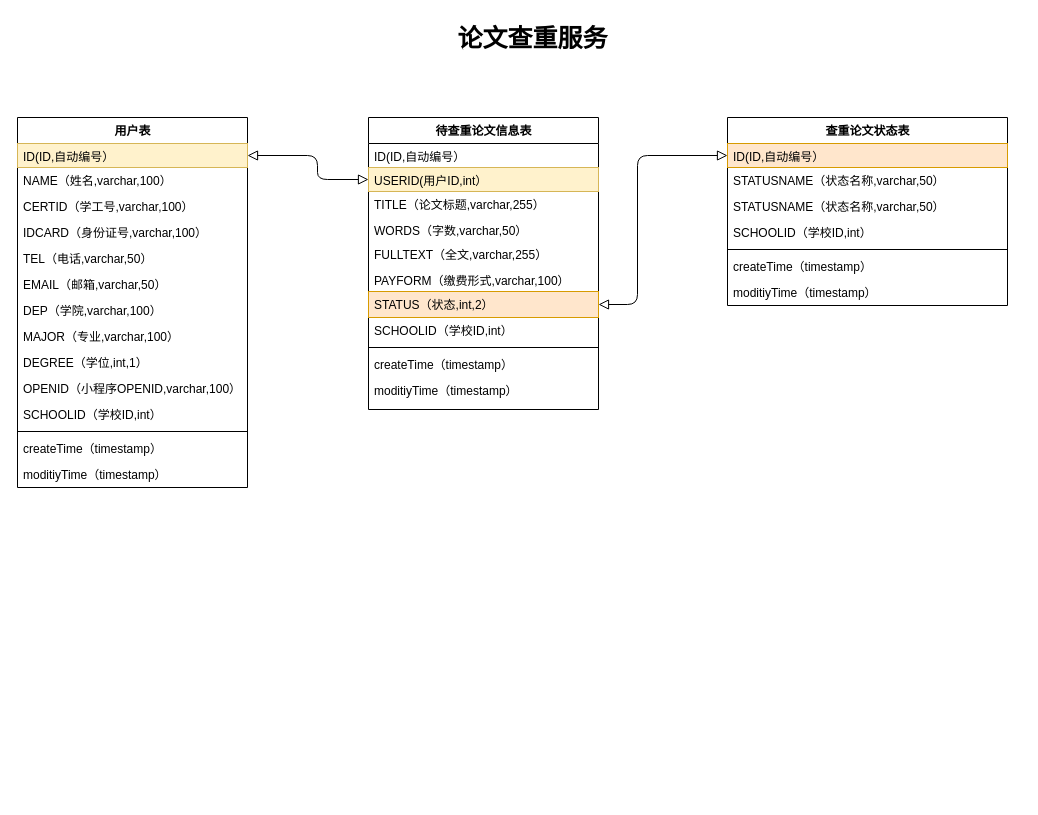
Before: 论文查重服务.drawio in yisqiu/SimpleMap-wx, a draw.io diagram. Source tidied: cells renumbered, new cells numbered last; positions are measured from the earlier drawing's top-left corner, leaving out a move shared by most shapes. Both pictures are drawn from the tidied source at 100%, with x=0, y=0 at pixel (17, 17).
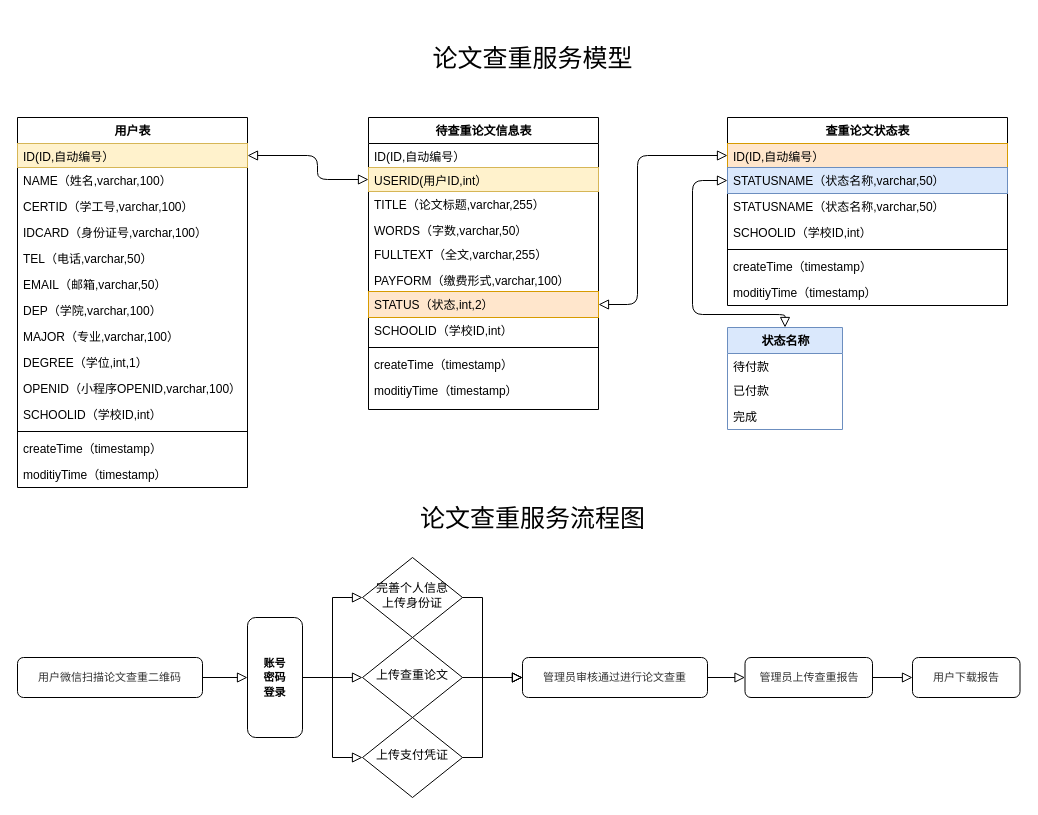
Above is the later version.

Commit message (it also covers changes not shown here):
更新论文查重服务.drawio

The change refers to these unchanged cells:
```xml
<mxCell id="29" value="查重论文状态表" style="swimlane;html=1;fontStyle=1;align=center;verticalAlign=top;horizontal=1;startSize=26;swimlaneFillColor=#ffffff;rounded=0;shadow=0;comic=0;labelBackgroundColor=none;strokeWidth=1;fillColor=none;fontFamily=Verdana;fontSize=12;" parent="1" vertex="1">
  <mxGeometry x="710" y="100" width="280" height="188" as="geometry" />
</mxCell>
```

Change to the diagram source:
```diff
@@
-    <mxCell id="31" value="STATUSNAME（状态名称,varchar,50）" style="text;html=1;strokeColor=none;fillColor=none;align=left;verticalAlign=top;spacingLeft=4;spacingRight=4;whiteSpace=wrap;overflow=hidden;points=[[0,0.5],[1,0.5]];portConstraint=eastwest;" parent="29" vertex="1">
+    <mxCell id="31" value="STATUSNAME（状态名称,varchar,50）" style="text;html=1;strokeColor=#6c8ebf;fillColor=#dae8fc;align=left;verticalAlign=top;spacingLeft=4;spacingRight=4;whiteSpace=wrap;overflow=hidden;points=[[0,0.5],[1,0.5]];portConstraint=eastwest;" parent="29" vertex="1">
       <mxGeometry y="50" width="280" height="26" as="geometry" />
     </mxCell>
@@
-    <mxCell id="37" value="论文查重服务" style="text;html=1;align=center;verticalAlign=middle;fontSize=25;fontStyle=1;" parent="1" vertex="1">
-      <mxGeometry x="430" width="170" height="40" as="geometry" />
+    <mxCell id="37" value="论文查重服务模型" style="text;html=1;align=center;verticalAlign=middle;fontSize=25;fontStyle=0;" parent="1" vertex="1">
+      <mxGeometry x="405" y="20" width="220" height="40" as="geometry" />
     </mxCell>
@@
+    <mxCell id="40" value="状态名称" style="swimlane;html=1;fontStyle=1;align=center;verticalAlign=top;horizontal=1;startSize=26;swimlaneFillColor=#ffffff;rounded=0;shadow=0;comic=0;labelBackgroundColor=none;strokeWidth=1;fillColor=#dae8fc;fontFamily=Verdana;fontSize=12;strokeColor=#6c8ebf;" parent="1" vertex="1">
+      <mxGeometry x="710" y="310" width="115" height="102" as="geometry" />
+    </mxCell>
+    <mxCell id="41" value="待付款" style="text;html=1;align=left;verticalAlign=top;spacingLeft=4;spacingRight=4;whiteSpace=wrap;overflow=hidden;" parent="40" vertex="1">
+      <mxGeometry y="26" width="115" height="24" as="geometry" />
+    </mxCell>
+    <mxCell id="42" value="已付款" style="text;html=1;strokeColor=none;fillColor=none;align=left;verticalAlign=top;spacingLeft=4;spacingRight=4;whiteSpace=wrap;overflow=hidden;" parent="40" vertex="1">
+      <mxGeometry y="50" width="115" height="26" as="geometry" />
+    </mxCell>
+    <mxCell id="43" value="完成" style="text;html=1;strokeColor=none;fillColor=none;align=left;verticalAlign=top;spacingLeft=4;spacingRight=4;whiteSpace=wrap;overflow=hidden;" parent="40" vertex="1">
+      <mxGeometry y="76" width="115" height="26" as="geometry" />
+    </mxCell>
+    <mxCell id="44" style="edgeStyle=orthogonalEdgeStyle;html=1;labelBackgroundColor=none;startFill=0;startSize=8;endArrow=block;endFill=0;endSize=8;fontFamily=Verdana;fontSize=12;startArrow=block;rounded=1;" parent="1" edge="1" source="40" target="31">
+      <mxGeometry relative="1" as="geometry">
+        <Array as="points">
+          <mxPoint x="768" y="297" />
+          <mxPoint x="675" y="297" />
+          <mxPoint x="675" y="163" />
+        </Array>
+      </mxGeometry>
+    </mxCell>
+    <mxCell id="45" value="&lt;span style=&quot;color: rgb(51 , 51 , 51) ; font-size: 11px ; background-color: rgb(255 , 255 , 255)&quot;&gt;用户微信扫描论文查重二维码&lt;/span&gt;" style="rounded=1;whiteSpace=wrap;html=1;fontSize=11;glass=0;strokeWidth=1;shadow=0;" parent="1" vertex="1">
+      <mxGeometry y="640" width="185" height="40" as="geometry" />
+    </mxCell>
+    <mxCell id="46" style="edgeStyle=orthogonalEdgeStyle;rounded=0;html=1;jettySize=auto;fontSize=11;endArrow=block;endFill=0;endSize=8;strokeWidth=1;shadow=0;labelBackgroundColor=none;fontStyle=1;exitX=1;exitY=0.5;exitDx=0;exitDy=0;entryX=0;entryY=0.5;entryDx=0;entryDy=0;" parent="1" edge="1" source="45" target="48">
+      <mxGeometry y="10" relative="1" as="geometry" />
+    </mxCell>
+    <mxCell id="47" value="完善个人信息&lt;br&gt;上传身份证" style="rhombus;whiteSpace=wrap;html=1;shadow=0;fontFamily=Helvetica;fontSize=12;align=center;strokeWidth=1;spacing=6;spacingTop=-4;" parent="1" vertex="1">
+      <mxGeometry x="345" y="540" width="100" height="80" as="geometry" />
+    </mxCell>
+    <mxCell id="48" value="&lt;span style=&quot;font-size: 11px ; font-weight: 700&quot;&gt;账号&lt;br&gt;密码&lt;br&gt;登录&lt;/span&gt;" style="rounded=1;whiteSpace=wrap;html=1;fontSize=12;glass=0;strokeWidth=1;shadow=0;" parent="1" vertex="1">
+      <mxGeometry x="230" y="600" width="55" height="120" as="geometry" />
+    </mxCell>
+    <mxCell id="49" value="上传支付凭证" style="rhombus;whiteSpace=wrap;html=1;shadow=0;fontFamily=Helvetica;fontSize=12;align=center;strokeWidth=1;spacing=6;spacingTop=-4;" parent="1" vertex="1">
+      <mxGeometry x="345" y="700" width="100" height="80" as="geometry" />
+    </mxCell>
+    <mxCell id="50" style="edgeStyle=orthogonalEdgeStyle;rounded=0;html=1;jettySize=auto;fontSize=11;endArrow=block;endFill=0;endSize=8;strokeWidth=1;shadow=0;labelBackgroundColor=none;fontStyle=1;exitX=1;exitY=0.5;exitDx=0;exitDy=0;entryX=0;entryY=0.5;entryDx=0;entryDy=0;" parent="1" edge="1" source="48" target="47">
+      <mxGeometry y="10" relative="1" as="geometry">
+        <Array as="points">
+          <mxPoint x="315" y="660" />
+          <mxPoint x="315" y="580" />
+        </Array>
+      </mxGeometry>
+    </mxCell>
+    <mxCell id="51" style="edgeStyle=orthogonalEdgeStyle;rounded=0;html=1;jettySize=auto;fontSize=11;endArrow=block;endFill=0;endSize=8;strokeWidth=1;shadow=0;labelBackgroundColor=none;fontStyle=1;exitX=1;exitY=0.5;exitDx=0;exitDy=0;entryX=0;entryY=0.5;entryDx=0;entryDy=0;" parent="1" edge="1" source="48" target="49">
+      <mxGeometry y="10" relative="1" as="geometry">
+        <Array as="points">
+          <mxPoint x="315" y="660" />
+          <mxPoint x="315" y="740" />
+        </Array>
+      </mxGeometry>
+    </mxCell>
+    <mxCell id="52" style="edgeStyle=orthogonalEdgeStyle;rounded=0;html=1;jettySize=auto;fontSize=11;endArrow=block;endFill=0;endSize=8;strokeWidth=1;shadow=0;labelBackgroundColor=none;fontStyle=1;entryX=0;entryY=0.5;entryDx=0;entryDy=0;exitX=1;exitY=0.5;exitDx=0;exitDy=0;" parent="1" edge="1" source="47" target="54">
+      <mxGeometry y="10" relative="1" as="geometry">
+        <Array as="points">
+          <mxPoint x="465" y="580" />
+          <mxPoint x="465" y="660" />
+        </Array>
+      </mxGeometry>
+    </mxCell>
+    <mxCell id="53" style="edgeStyle=orthogonalEdgeStyle;rounded=0;html=1;jettySize=auto;fontSize=11;endArrow=block;endFill=0;endSize=8;strokeWidth=1;shadow=0;labelBackgroundColor=none;fontStyle=1;exitX=1;exitY=0.5;exitDx=0;exitDy=0;entryX=0;entryY=0.5;entryDx=0;entryDy=0;" parent="1" edge="1" source="49" target="54">
+      <mxGeometry y="10" relative="1" as="geometry">
+        <Array as="points">
+          <mxPoint x="465" y="740" />
+          <mxPoint x="465" y="660" />
+        </Array>
+      </mxGeometry>
+    </mxCell>
+    <mxCell id="54" value="&lt;span style=&quot;color: rgb(51 , 51 , 51) ; font-size: 11px ; background-color: rgb(255 , 255 , 255)&quot;&gt;管理员审核通过进行论文查重&lt;/span&gt;" style="rounded=1;whiteSpace=wrap;html=1;fontSize=11;glass=0;strokeWidth=1;shadow=0;" parent="1" vertex="1">
+      <mxGeometry x="505" y="640" width="185" height="40" as="geometry" />
+    </mxCell>
+    <mxCell id="55" style="edgeStyle=orthogonalEdgeStyle;rounded=0;html=1;jettySize=auto;fontSize=11;endArrow=block;endFill=0;endSize=8;strokeWidth=1;shadow=0;labelBackgroundColor=none;fontStyle=1;" parent="1" edge="1" source="54" target="56">
+      <mxGeometry y="10" relative="1" as="geometry" />
+    </mxCell>
+    <mxCell id="56" value="&lt;span style=&quot;color: rgb(51 , 51 , 51) ; font-size: 11px ; background-color: rgb(255 , 255 , 255)&quot;&gt;管理员上传查重报告&lt;/span&gt;" style="rounded=1;whiteSpace=wrap;html=1;fontSize=11;glass=0;strokeWidth=1;shadow=0;" parent="1" vertex="1">
+      <mxGeometry x="727.5" y="640" width="127.5" height="40" as="geometry" />
+    </mxCell>
+    <mxCell id="57" value="&lt;span style=&quot;color: rgb(51 , 51 , 51) ; font-size: 11px ; background-color: rgb(255 , 255 , 255)&quot;&gt;用户下载报告&lt;/span&gt;" style="rounded=1;whiteSpace=wrap;html=1;fontSize=11;glass=0;strokeWidth=1;shadow=0;" parent="1" vertex="1">
+      <mxGeometry x="895" y="640" width="107.5" height="40" as="geometry" />
+    </mxCell>
+    <mxCell id="58" style="edgeStyle=orthogonalEdgeStyle;rounded=0;html=1;jettySize=auto;fontSize=11;endArrow=block;endFill=0;endSize=8;strokeWidth=1;shadow=0;labelBackgroundColor=none;fontStyle=1;entryX=0;entryY=0.5;entryDx=0;entryDy=0;" parent="1" edge="1" source="56" target="57">
+      <mxGeometry y="10" relative="1" as="geometry" />
+    </mxCell>
+    <mxCell id="59" value="上传查重论文" style="rhombus;whiteSpace=wrap;html=1;shadow=0;fontFamily=Helvetica;fontSize=12;align=center;strokeWidth=1;spacing=6;spacingTop=-4;" parent="1" vertex="1">
+      <mxGeometry x="345" y="620" width="100" height="80" as="geometry" />
+    </mxCell>
+    <mxCell id="60" style="edgeStyle=orthogonalEdgeStyle;rounded=0;html=1;jettySize=auto;fontSize=11;endArrow=block;endFill=0;endSize=8;strokeWidth=1;shadow=0;labelBackgroundColor=none;fontStyle=1;exitX=1;exitY=0.5;exitDx=0;exitDy=0;entryX=0;entryY=0.5;entryDx=0;entryDy=0;" parent="1" edge="1" source="48" target="59">
+      <mxGeometry y="10" relative="1" as="geometry">
+        <Array as="points">
+          <mxPoint x="305" y="660" />
+          <mxPoint x="305" y="660" />
+        </Array>
+      </mxGeometry>
+    </mxCell>
+    <mxCell id="61" style="edgeStyle=orthogonalEdgeStyle;rounded=0;html=1;jettySize=auto;fontSize=11;endArrow=block;endFill=0;endSize=8;strokeWidth=1;shadow=0;labelBackgroundColor=none;fontStyle=1;exitX=1;exitY=0.5;exitDx=0;exitDy=0;entryX=0;entryY=0.5;entryDx=0;entryDy=0;" parent="1" edge="1" source="59" target="54">
+      <mxGeometry y="10" relative="1" as="geometry">
+        <Array as="points">
+          <mxPoint x="485" y="660" />
+          <mxPoint x="485" y="660" />
+        </Array>
+      </mxGeometry>
+    </mxCell>
+    <mxCell id="62" value="论文查重服务流程图" style="text;html=1;align=center;verticalAlign=middle;fontSize=25;fontStyle=0;" parent="1" vertex="1">
+      <mxGeometry x="395" y="480" width="240" height="40" as="geometry" />
+    </mxCell>
```
